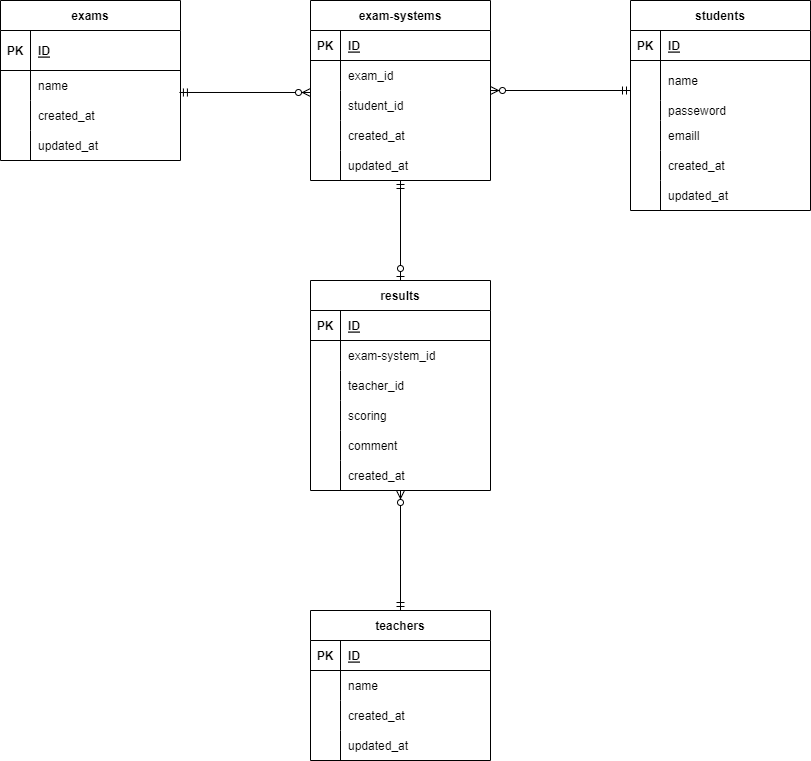
gaku25/ER-Task keeps this draw.io diagram as index.drawio.png. Above is the earlier version. Source tidied: cells renumbered, new cells last; positions are measured from the earlier drawing's top-left corner, leaving out a move shared by most shapes.
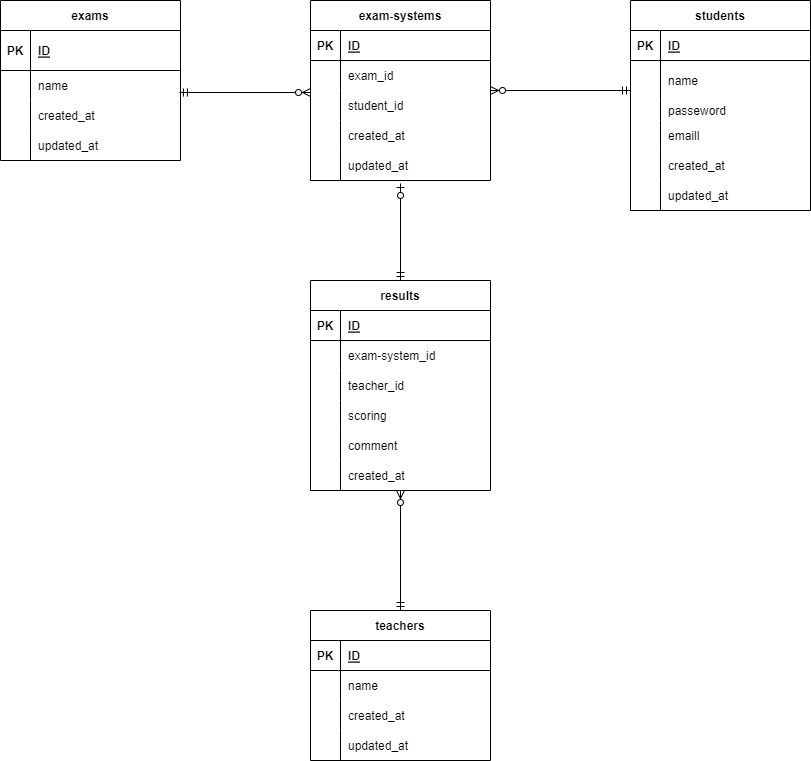
Later version of the same file.

The edit, as a diff of the source:
```diff
@@ -258,10 +258,8 @@
         <mxPoint x="400" y="490" as="targetPoint" />
       </mxGeometry>
     </mxCell>
-    <mxCell id="85" style="fontSize=12;html=1;endArrow=ERzeroToOne;startArrow=ERmandOne;entryX=0.5;entryY=0;entryDx=0;entryDy=0;" parent="1" edge="1" target="52">
-      <mxGeometry relative="1" as="geometry">
-        <mxPoint x="400" y="180" as="sourcePoint" />
-      </mxGeometry>
+    <mxCell id="85" style="fontSize=12;html=1;endArrow=ERzeroToOne;startArrow=ERmandOne;exitX=0.5;exitY=0;exitDx=0;exitDy=0;entryX=0.5;entryY=1.1;entryDx=0;entryDy=0;entryPerimeter=0;" parent="1" edge="1" source="52" target="34">
+      <mxGeometry relative="1" as="geometry" />
     </mxCell>
   </root>
 </mxGraphModel>
```
